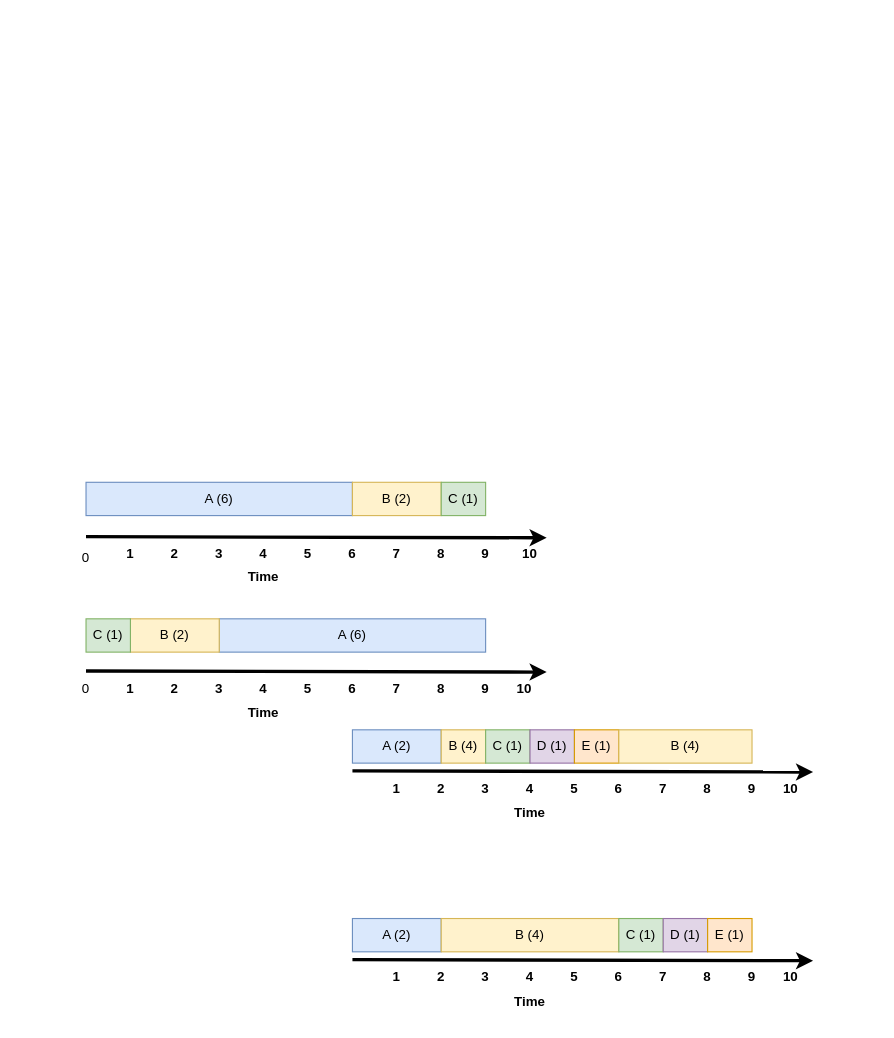
OpenOSOrg/openos keeps this draw.io diagram as content/images/scheduling/Sched.drawio. Above is the earlier version. Source tidied: cells renumbered, new cells numbered last; positions are measured from the earlier drawing's top-left corner, leaving out a move shared by most shapes. Both pictures are drawn from the tidied source at 111%, with x=0, y=0 at pixel (52, 482).
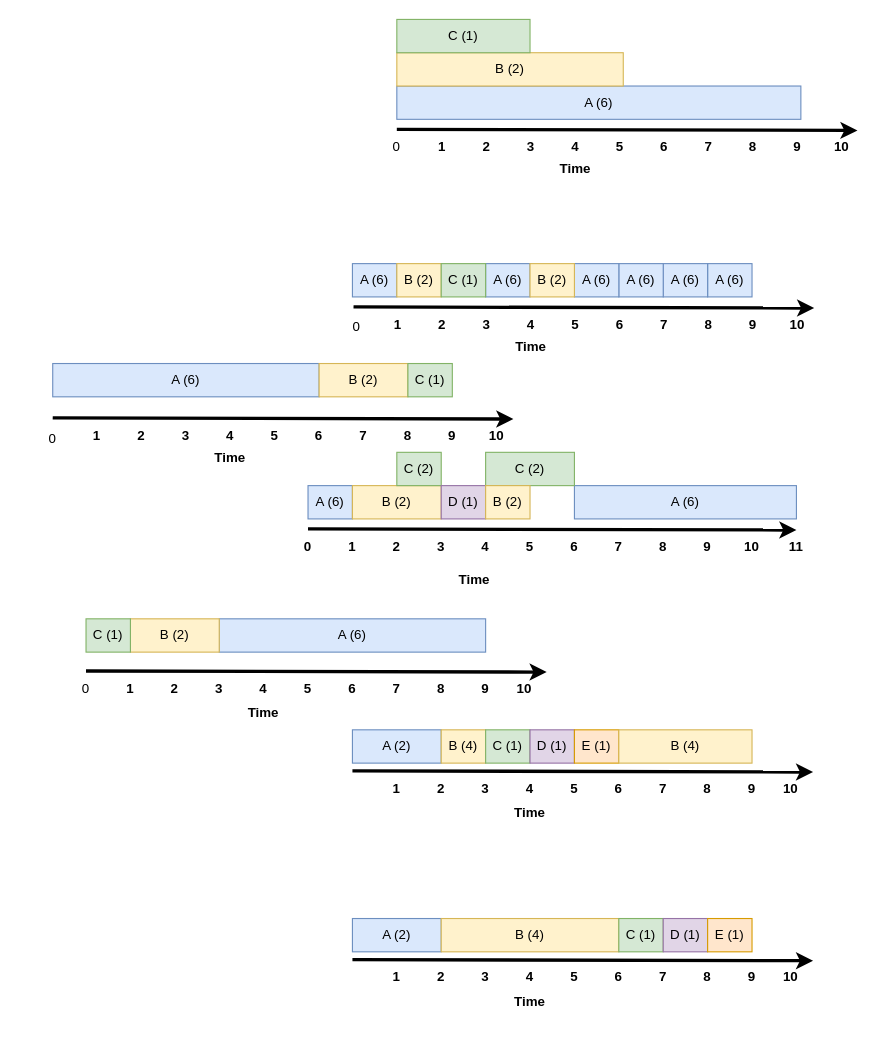
Above is the later version.

Diff of the diagram source:
```diff
@@
     <mxCell id="20" style="group;" parent="19" vertex="1">
-      <mxGeometry x="30" width="430" height="100" as="geometry" />
+      <mxGeometry y="-107" width="430" height="100" as="geometry" />
     </mxCell>
@@
+    <mxCell id="74" style="group;" parent="55" vertex="1">
+      <mxGeometry x="270" y="223" width="425" height="90" as="geometry" />
+    </mxCell>
-    <mxCell id="56" value="A (2)" style="html=1;whiteSpace=wrap;fillColor=#dae8fc;strokeColor=#6c8ebf;" parent="55" vertex="1">
-      <mxGeometry x="270" y="223" width="80" height="30" as="geometry" />
+    <mxCell id="56" value="A (2)" style="html=1;whiteSpace=wrap;fillColor=#dae8fc;strokeColor=#6c8ebf;" parent="74" vertex="1">
+      <mxGeometry width="80" height="30" as="geometry" />
     </mxCell>
-    <mxCell id="57" value="B (4)" style="html=1;whiteSpace=wrap;fillColor=#fff2cc;strokeColor=#d6b656;" parent="55" vertex="1">
-      <mxGeometry x="350" y="223" width="40" height="30" as="geometry" />
+    <mxCell id="57" value="B (4)" style="html=1;whiteSpace=wrap;fillColor=#fff2cc;strokeColor=#d6b656;" parent="74" vertex="1">
+      <mxGeometry x="80" width="40" height="30" as="geometry" />
     </mxCell>
-    <mxCell id="58" value="C (1)" style="html=1;whiteSpace=wrap;fillColor=#d5e8d4;strokeColor=#82b366;" parent="55" vertex="1">
-      <mxGeometry x="390" y="223" width="40" height="30" as="geometry" />
+    <mxCell id="58" value="C (1)" style="html=1;whiteSpace=wrap;fillColor=#d5e8d4;strokeColor=#82b366;" parent="74" vertex="1">
+      <mxGeometry x="120" width="40" height="30" as="geometry" />
     </mxCell>
-    <mxCell id="59" value="1" style="text;strokeColor=none;align=center;fillColor=none;html=1;verticalAlign=middle;whiteSpace=wrap;rounded=0;fontStyle=1;" parent="55" vertex="1">
-      <mxGeometry x="280" y="261" width="60" height="30" as="geometry" />
+    <mxCell id="59" value="1" style="text;strokeColor=none;align=center;fillColor=none;html=1;verticalAlign=middle;whiteSpace=wrap;rounded=0;fontStyle=1;" parent="74" vertex="1">
+      <mxGeometry x="10" y="38" width="60" height="30" as="geometry" />
     </mxCell>
-    <mxCell id="60" value="2" style="text;strokeColor=none;align=center;fillColor=none;html=1;verticalAlign=middle;whiteSpace=wrap;rounded=0;fontStyle=1;" parent="55" vertex="1">
-      <mxGeometry x="320" y="261" width="60" height="30" as="geometry" />
+    <mxCell id="60" value="2" style="text;strokeColor=none;align=center;fillColor=none;html=1;verticalAlign=middle;whiteSpace=wrap;rounded=0;fontStyle=1;" parent="74" vertex="1">
+      <mxGeometry x="50" y="38" width="60" height="30" as="geometry" />
     </mxCell>
-    <mxCell id="61" value="3" style="text;strokeColor=none;align=center;fillColor=none;html=1;verticalAlign=middle;whiteSpace=wrap;rounded=0;fontStyle=1;" parent="55" vertex="1">
-      <mxGeometry x="360" y="261" width="60" height="30" as="geometry" />
+    <mxCell id="61" value="3" style="text;strokeColor=none;align=center;fillColor=none;html=1;verticalAlign=middle;whiteSpace=wrap;rounded=0;fontStyle=1;" parent="74" vertex="1">
+      <mxGeometry x="90" y="38" width="60" height="30" as="geometry" />
     </mxCell>
-    <mxCell id="62" value="4" style="text;strokeColor=none;align=center;fillColor=none;html=1;verticalAlign=middle;whiteSpace=wrap;rounded=0;fontStyle=1;" parent="55" vertex="1">
-      <mxGeometry x="400" y="261" width="60" height="30" as="geometry" />
+    <mxCell id="62" value="4" style="text;strokeColor=none;align=center;fillColor=none;html=1;verticalAlign=middle;whiteSpace=wrap;rounded=0;fontStyle=1;" parent="74" vertex="1">
+      <mxGeometry x="130" y="38" width="60" height="30" as="geometry" />
     </mxCell>
-    <mxCell id="63" value="5" style="text;strokeColor=none;align=center;fillColor=none;html=1;verticalAlign=middle;whiteSpace=wrap;rounded=0;fontStyle=1;" parent="55" vertex="1">
-      <mxGeometry x="440" y="261" width="60" height="30" as="geometry" />
+    <mxCell id="63" value="5" style="text;strokeColor=none;align=center;fillColor=none;html=1;verticalAlign=middle;whiteSpace=wrap;rounded=0;fontStyle=1;" parent="74" vertex="1">
+      <mxGeometry x="170" y="38" width="60" height="30" as="geometry" />
     </mxCell>
-    <mxCell id="64" value="6" style="text;strokeColor=none;align=center;fillColor=none;html=1;verticalAlign=middle;whiteSpace=wrap;rounded=0;fontStyle=1;" parent="55" vertex="1">
-      <mxGeometry x="480" y="261" width="60" height="30" as="geometry" />
+    <mxCell id="64" value="6" style="text;strokeColor=none;align=center;fillColor=none;html=1;verticalAlign=middle;whiteSpace=wrap;rounded=0;fontStyle=1;" parent="74" vertex="1">
+      <mxGeometry x="210" y="38" width="60" height="30" as="geometry" />
     </mxCell>
-    <mxCell id="65" value="7" style="text;strokeColor=none;align=center;fillColor=none;html=1;verticalAlign=middle;whiteSpace=wrap;rounded=0;fontStyle=1;" parent="55" vertex="1">
-      <mxGeometry x="520" y="261" width="60" height="30" as="geometry" />
+    <mxCell id="65" value="7" style="text;strokeColor=none;align=center;fillColor=none;html=1;verticalAlign=middle;whiteSpace=wrap;rounded=0;fontStyle=1;" parent="74" vertex="1">
+      <mxGeometry x="250" y="38" width="60" height="30" as="geometry" />
     </mxCell>
-    <mxCell id="66" value="8" style="text;strokeColor=none;align=center;fillColor=none;html=1;verticalAlign=middle;whiteSpace=wrap;rounded=0;fontStyle=1;" parent="55" vertex="1">
-      <mxGeometry x="560" y="261" width="60" height="30" as="geometry" />
+    <mxCell id="66" value="8" style="text;strokeColor=none;align=center;fillColor=none;html=1;verticalAlign=middle;whiteSpace=wrap;rounded=0;fontStyle=1;" parent="74" vertex="1">
+      <mxGeometry x="290" y="38" width="60" height="30" as="geometry" />
     </mxCell>
-    <mxCell id="67" value="9" style="text;strokeColor=none;align=center;fillColor=none;html=1;verticalAlign=middle;whiteSpace=wrap;rounded=0;fontStyle=1;" parent="55" vertex="1">
-      <mxGeometry x="600" y="261" width="60" height="30" as="geometry" />
+    <mxCell id="67" value="9" style="text;strokeColor=none;align=center;fillColor=none;html=1;verticalAlign=middle;whiteSpace=wrap;rounded=0;fontStyle=1;" parent="74" vertex="1">
+      <mxGeometry x="330" y="38" width="60" height="30" as="geometry" />
     </mxCell>
-    <mxCell id="68" value="10" style="text;strokeColor=none;align=center;fillColor=none;html=1;verticalAlign=middle;whiteSpace=wrap;rounded=0;fontStyle=1;" parent="55" vertex="1">
-      <mxGeometry x="635" y="261" width="60" height="30" as="geometry" />
+    <mxCell id="68" value="10" style="text;strokeColor=none;align=center;fillColor=none;html=1;verticalAlign=middle;whiteSpace=wrap;rounded=0;fontStyle=1;" parent="74" vertex="1">
+      <mxGeometry x="365" y="38" width="60" height="30" as="geometry" />
     </mxCell>
-    <mxCell id="69" style="edgeStyle=none;orthogonalLoop=1;jettySize=auto;html=1;rounded=0;strokeWidth=3;entryX=0.75;entryY=0;entryDx=0;entryDy=0;" parent="55" edge="1">
+    <mxCell id="69" style="edgeStyle=none;orthogonalLoop=1;jettySize=auto;html=1;rounded=0;strokeWidth=3;entryX=0.75;entryY=0;entryDx=0;entryDy=0;" parent="74" edge="1">
       <mxGeometry relative="1" as="geometry">
-        <mxPoint x="270" y="260" as="sourcePoint" />
-        <mxPoint x="685" y="261" as="targetPoint" />
+        <mxPoint y="37" as="sourcePoint" />
+        <mxPoint x="415" y="38" as="targetPoint" />
       </mxGeometry>
     </mxCell>
-    <mxCell id="70" value="Time" style="text;strokeColor=none;align=center;fillColor=none;html=1;verticalAlign=middle;whiteSpace=wrap;rounded=0;fontStyle=1;" parent="55" vertex="1">
-      <mxGeometry x="400" y="283" width="60" height="30" as="geometry" />
+    <mxCell id="70" value="Time" style="text;strokeColor=none;align=center;fillColor=none;html=1;verticalAlign=middle;whiteSpace=wrap;rounded=0;fontStyle=1;" parent="74" vertex="1">
+      <mxGeometry x="130" y="60" width="60" height="30" as="geometry" />
     </mxCell>
-    <mxCell id="71" value="D (1)" style="html=1;whiteSpace=wrap;fillColor=#e1d5e7;strokeColor=#9673a6;" parent="55" vertex="1">
-      <mxGeometry x="430" y="223" width="40" height="30" as="geometry" />
+    <mxCell id="71" value="D (1)" style="html=1;whiteSpace=wrap;fillColor=#e1d5e7;strokeColor=#9673a6;" parent="74" vertex="1">
+      <mxGeometry x="160" width="40" height="30" as="geometry" />
     </mxCell>
-    <mxCell id="72" value="E (1)" style="html=1;whiteSpace=wrap;fillColor=#ffe6cc;strokeColor=#d79b00;" parent="55" vertex="1">
-      <mxGeometry x="470" y="223" width="40" height="30" as="geometry" />
+    <mxCell id="72" value="E (1)" style="html=1;whiteSpace=wrap;fillColor=#ffe6cc;strokeColor=#d79b00;" parent="74" vertex="1">
+      <mxGeometry x="200" width="40" height="30" as="geometry" />
     </mxCell>
-    <mxCell id="73" value="B (4)" style="html=1;whiteSpace=wrap;fillColor=#fff2cc;strokeColor=#d6b656;" parent="55" vertex="1">
-      <mxGeometry x="510" y="223" width="120" height="30" as="geometry" />
+    <mxCell id="73" value="B (4)" style="html=1;whiteSpace=wrap;fillColor=#fff2cc;strokeColor=#d6b656;" parent="74" vertex="1">
+      <mxGeometry x="240" width="120" height="30" as="geometry" />
     </mxCell>
+    <mxCell id="75" parent="0" />
+    <mxCell id="76" style="group;" parent="75" vertex="1">
+      <mxGeometry x="244" y="-197" width="457" height="90" as="geometry" />
+    </mxCell>
+    <mxCell id="77" value="A (6)" style="html=1;whiteSpace=wrap;fillColor=#dae8fc;strokeColor=#6c8ebf;" parent="76" vertex="1">
+      <mxGeometry x="26" width="40" height="30" as="geometry" />
+    </mxCell>
+    <mxCell id="78" value="B (2)" style="html=1;whiteSpace=wrap;fillColor=#fff2cc;strokeColor=#d6b656;" parent="76" vertex="1">
+      <mxGeometry x="66" width="40" height="30" as="geometry" />
+    </mxCell>
+    <mxCell id="79" value="A (6)" style="html=1;whiteSpace=wrap;fillColor=#dae8fc;strokeColor=#6c8ebf;" parent="76" vertex="1">
+      <mxGeometry x="346" width="40" height="30" as="geometry" />
+    </mxCell>
+    <mxCell id="80" value="A (6)" style="html=1;whiteSpace=wrap;fillColor=#dae8fc;strokeColor=#6c8ebf;" parent="76" vertex="1">
+      <mxGeometry x="306" width="40" height="30" as="geometry" />
+    </mxCell>
+    <mxCell id="81" value="A (6)" style="html=1;whiteSpace=wrap;fillColor=#dae8fc;strokeColor=#6c8ebf;" parent="76" vertex="1">
+      <mxGeometry x="266" width="40" height="30" as="geometry" />
+    </mxCell>
+    <mxCell id="82" value="A (6)" style="html=1;whiteSpace=wrap;fillColor=#dae8fc;strokeColor=#6c8ebf;" parent="76" vertex="1">
+      <mxGeometry x="226" width="40" height="30" as="geometry" />
+    </mxCell>
+    <mxCell id="83" value="A (6)" style="html=1;whiteSpace=wrap;fillColor=#dae8fc;strokeColor=#6c8ebf;" parent="76" vertex="1">
+      <mxGeometry x="146" width="40" height="30" as="geometry" />
+    </mxCell>
+    <mxCell id="84" value="B (2)" style="html=1;whiteSpace=wrap;fillColor=#fff2cc;strokeColor=#d6b656;" parent="76" vertex="1">
+      <mxGeometry x="186" width="40" height="30" as="geometry" />
+    </mxCell>
+    <mxCell id="85" value="C (1)" style="html=1;whiteSpace=wrap;fillColor=#d5e8d4;strokeColor=#82b366;" parent="76" vertex="1">
+      <mxGeometry x="106" width="40" height="30" as="geometry" />
+    </mxCell>
+    <mxCell id="86" value="1" style="text;strokeColor=none;align=center;fillColor=none;html=1;verticalAlign=middle;whiteSpace=wrap;rounded=0;fontStyle=1;" parent="76" vertex="1">
+      <mxGeometry x="37" y="40" width="60" height="30" as="geometry" />
+    </mxCell>
+    <mxCell id="87" value="2" style="text;strokeColor=none;align=center;fillColor=none;html=1;verticalAlign=middle;whiteSpace=wrap;rounded=0;fontStyle=1;" parent="76" vertex="1">
+      <mxGeometry x="77" y="40" width="60" height="30" as="geometry" />
+    </mxCell>
+    <mxCell id="88" value="3" style="text;strokeColor=none;align=center;fillColor=none;html=1;verticalAlign=middle;whiteSpace=wrap;rounded=0;fontStyle=1;" parent="76" vertex="1">
+      <mxGeometry x="117" y="40" width="60" height="30" as="geometry" />
+    </mxCell>
+    <mxCell id="89" value="4" style="text;strokeColor=none;align=center;fillColor=none;html=1;verticalAlign=middle;whiteSpace=wrap;rounded=0;fontStyle=1;" parent="76" vertex="1">
+      <mxGeometry x="157" y="40" width="60" height="30" as="geometry" />
+    </mxCell>
+    <mxCell id="90" value="5" style="text;strokeColor=none;align=center;fillColor=none;html=1;verticalAlign=middle;whiteSpace=wrap;rounded=0;fontStyle=1;" parent="76" vertex="1">
+      <mxGeometry x="197" y="40" width="60" height="30" as="geometry" />
+    </mxCell>
+    <mxCell id="91" value="6" style="text;strokeColor=none;align=center;fillColor=none;html=1;verticalAlign=middle;whiteSpace=wrap;rounded=0;fontStyle=1;" parent="76" vertex="1">
+      <mxGeometry x="237" y="40" width="60" height="30" as="geometry" />
+    </mxCell>
+    <mxCell id="92" value="7" style="text;strokeColor=none;align=center;fillColor=none;html=1;verticalAlign=middle;whiteSpace=wrap;rounded=0;fontStyle=1;" parent="76" vertex="1">
+      <mxGeometry x="277" y="40" width="60" height="30" as="geometry" />
+    </mxCell>
+    <mxCell id="93" value="8" style="text;strokeColor=none;align=center;fillColor=none;html=1;verticalAlign=middle;whiteSpace=wrap;rounded=0;fontStyle=1;" parent="76" vertex="1">
+      <mxGeometry x="317" y="40" width="60" height="30" as="geometry" />
+    </mxCell>
+    <mxCell id="94" value="9" style="text;strokeColor=none;align=center;fillColor=none;html=1;verticalAlign=middle;whiteSpace=wrap;rounded=0;fontStyle=1;" parent="76" vertex="1">
+      <mxGeometry x="357" y="40" width="60" height="30" as="geometry" />
+    </mxCell>
+    <mxCell id="95" value="10" style="text;strokeColor=none;align=center;fillColor=none;html=1;verticalAlign=middle;whiteSpace=wrap;rounded=0;fontStyle=1;" parent="76" vertex="1">
+      <mxGeometry x="397" y="40" width="60" height="30" as="geometry" />
+    </mxCell>
+    <mxCell id="96" style="edgeStyle=none;jettySize=auto;html=1;rounded=0;strokeWidth=3;entryX=0.75;entryY=0;entryDx=0;entryDy=0;" parent="76" edge="1" target="95">
+      <mxGeometry relative="1" as="geometry">
+        <mxPoint x="27" y="39" as="sourcePoint" />
+      </mxGeometry>
+    </mxCell>
+    <mxCell id="97" value="Time" style="text;strokeColor=none;align=center;fillColor=none;html=1;verticalAlign=middle;whiteSpace=wrap;rounded=0;fontStyle=1;" parent="76" vertex="1">
+      <mxGeometry x="157" y="60" width="60" height="30" as="geometry" />
+    </mxCell>
+    <mxCell id="98" value="0" style="text;strokeColor=none;align=center;fillColor=none;html=1;verticalAlign=middle;whiteSpace=wrap;rounded=0;" parent="76" vertex="1">
+      <mxGeometry y="42" width="60" height="30" as="geometry" />
+    </mxCell>
+    <mxCell id="99" parent="0" />
+    <mxCell id="100" style="group;" parent="99" vertex="1">
+      <mxGeometry x="270" y="-357" width="471" height="90" as="geometry" />
+    </mxCell>
+    <mxCell id="101" value="0" style="text;strokeColor=none;align=center;fillColor=none;html=1;verticalAlign=middle;whiteSpace=wrap;rounded=0;" parent="100" vertex="1">
+      <mxGeometry x="10" y="40" width="60" height="30" as="geometry" />
+    </mxCell>
+    <mxCell id="102" value="A (6)" style="html=1;whiteSpace=wrap;fillColor=#dae8fc;strokeColor=#6c8ebf;" parent="100" vertex="1">
+      <mxGeometry x="40" width="364" height="30" as="geometry" />
+    </mxCell>
+    <mxCell id="103" value="1" style="text;strokeColor=none;align=center;fillColor=none;html=1;verticalAlign=middle;whiteSpace=wrap;rounded=0;fontStyle=1;" parent="100" vertex="1">
+      <mxGeometry x="51" y="40" width="60" height="30" as="geometry" />
+    </mxCell>
+    <mxCell id="104" value="2" style="text;strokeColor=none;align=center;fillColor=none;html=1;verticalAlign=middle;whiteSpace=wrap;rounded=0;fontStyle=1;" parent="100" vertex="1">
+      <mxGeometry x="91" y="40" width="60" height="30" as="geometry" />
+    </mxCell>
+    <mxCell id="105" value="3" style="text;strokeColor=none;align=center;fillColor=none;html=1;verticalAlign=middle;whiteSpace=wrap;rounded=0;fontStyle=1;" parent="100" vertex="1">
+      <mxGeometry x="131" y="40" width="60" height="30" as="geometry" />
+    </mxCell>
+    <mxCell id="106" value="4" style="text;strokeColor=none;align=center;fillColor=none;html=1;verticalAlign=middle;whiteSpace=wrap;rounded=0;fontStyle=1;" parent="100" vertex="1">
+      <mxGeometry x="171" y="40" width="60" height="30" as="geometry" />
+    </mxCell>
+    <mxCell id="107" value="5" style="text;strokeColor=none;align=center;fillColor=none;html=1;verticalAlign=middle;whiteSpace=wrap;rounded=0;fontStyle=1;" parent="100" vertex="1">
+      <mxGeometry x="211" y="40" width="60" height="30" as="geometry" />
+    </mxCell>
+    <mxCell id="108" value="6" style="text;strokeColor=none;align=center;fillColor=none;html=1;verticalAlign=middle;whiteSpace=wrap;rounded=0;fontStyle=1;" parent="100" vertex="1">
+      <mxGeometry x="251" y="40" width="60" height="30" as="geometry" />
+    </mxCell>
+    <mxCell id="109" value="7" style="text;strokeColor=none;align=center;fillColor=none;html=1;verticalAlign=middle;whiteSpace=wrap;rounded=0;fontStyle=1;" parent="100" vertex="1">
+      <mxGeometry x="291" y="40" width="60" height="30" as="geometry" />
+    </mxCell>
+    <mxCell id="110" value="8" style="text;strokeColor=none;align=center;fillColor=none;html=1;verticalAlign=middle;whiteSpace=wrap;rounded=0;fontStyle=1;" parent="100" vertex="1">
+      <mxGeometry x="331" y="40" width="60" height="30" as="geometry" />
+    </mxCell>
+    <mxCell id="111" value="9" style="text;strokeColor=none;align=center;fillColor=none;html=1;verticalAlign=middle;whiteSpace=wrap;rounded=0;fontStyle=1;" parent="100" vertex="1">
+      <mxGeometry x="371" y="40" width="60" height="30" as="geometry" />
+    </mxCell>
+    <mxCell id="112" value="10" style="text;strokeColor=none;align=center;fillColor=none;html=1;verticalAlign=middle;whiteSpace=wrap;rounded=0;fontStyle=1;" parent="100" vertex="1">
+      <mxGeometry x="411" y="40" width="60" height="30" as="geometry" />
+    </mxCell>
+    <mxCell id="113" style="edgeStyle=none;orthogonalLoop=1;jettySize=auto;html=1;rounded=0;strokeWidth=3;entryX=0.75;entryY=0;entryDx=0;entryDy=0;" parent="100" edge="1">
+      <mxGeometry relative="1" as="geometry">
+        <mxPoint x="40" y="39" as="sourcePoint" />
+        <mxPoint x="455" y="40" as="targetPoint" />
+      </mxGeometry>
+    </mxCell>
+    <mxCell id="114" value="Time" style="text;strokeColor=none;align=center;fillColor=none;html=1;verticalAlign=middle;whiteSpace=wrap;rounded=0;fontStyle=1;" parent="100" vertex="1">
+      <mxGeometry x="171" y="60" width="60" height="30" as="geometry" />
+    </mxCell>
+    <mxCell id="115" value="B (2)" style="html=1;whiteSpace=wrap;fillColor=#fff2cc;strokeColor=#d6b656;" parent="100" vertex="1">
+      <mxGeometry x="40" y="-30" width="204" height="30" as="geometry" />
+    </mxCell>
+    <mxCell id="116" value="C (1)" style="html=1;whiteSpace=wrap;fillColor=#d5e8d4;strokeColor=#82b366;" parent="100" vertex="1">
+      <mxGeometry x="40" y="-60" width="120" height="30" as="geometry" />
+    </mxCell>
+    <mxCell id="117" parent="0" />
+    <mxCell id="118" value="A (6)" style="html=1;whiteSpace=wrap;fillColor=#dae8fc;strokeColor=#6c8ebf;" parent="117" vertex="1">
+      <mxGeometry x="230" y="3" width="40" height="30" as="geometry" />
+    </mxCell>
+    <mxCell id="119" value="B (2)" style="html=1;whiteSpace=wrap;fillColor=#fff2cc;strokeColor=#d6b656;" parent="117" vertex="1">
+      <mxGeometry x="270" y="3" width="80" height="30" as="geometry" />
+    </mxCell>
+    <mxCell id="120" value="C (2)" style="html=1;whiteSpace=wrap;fillColor=#d5e8d4;strokeColor=#82b366;" parent="117" vertex="1">
+      <mxGeometry x="310" y="-27" width="40" height="30" as="geometry" />
+    </mxCell>
+    <mxCell id="121" value="1" style="text;strokeColor=none;align=center;fillColor=none;html=1;verticalAlign=middle;whiteSpace=wrap;rounded=0;fontStyle=1;" parent="117" vertex="1">
+      <mxGeometry x="240" y="43" width="60" height="30" as="geometry" />
+    </mxCell>
+    <mxCell id="122" value="2" style="text;strokeColor=none;align=center;fillColor=none;html=1;verticalAlign=middle;whiteSpace=wrap;rounded=0;fontStyle=1;" parent="117" vertex="1">
+      <mxGeometry x="280" y="43" width="60" height="30" as="geometry" />
+    </mxCell>
+    <mxCell id="123" value="3" style="text;strokeColor=none;align=center;fillColor=none;html=1;verticalAlign=middle;whiteSpace=wrap;rounded=0;fontStyle=1;" parent="117" vertex="1">
+      <mxGeometry x="320" y="43" width="60" height="30" as="geometry" />
+    </mxCell>
+    <mxCell id="124" value="4" style="text;strokeColor=none;align=center;fillColor=none;html=1;verticalAlign=middle;whiteSpace=wrap;rounded=0;fontStyle=1;" parent="117" vertex="1">
+      <mxGeometry x="360" y="43" width="60" height="30" as="geometry" />
+    </mxCell>
+    <mxCell id="125" value="5" style="text;strokeColor=none;align=center;fillColor=none;html=1;verticalAlign=middle;whiteSpace=wrap;rounded=0;fontStyle=1;" parent="117" vertex="1">
+      <mxGeometry x="400" y="43" width="60" height="30" as="geometry" />
+    </mxCell>
+    <mxCell id="126" value="6" style="text;strokeColor=none;align=center;fillColor=none;html=1;verticalAlign=middle;whiteSpace=wrap;rounded=0;fontStyle=1;" parent="117" vertex="1">
+      <mxGeometry x="440" y="43" width="60" height="30" as="geometry" />
+    </mxCell>
+    <mxCell id="127" value="7" style="text;strokeColor=none;align=center;fillColor=none;html=1;verticalAlign=middle;whiteSpace=wrap;rounded=0;fontStyle=1;" parent="117" vertex="1">
+      <mxGeometry x="480" y="43" width="60" height="30" as="geometry" />
+    </mxCell>
+    <mxCell id="128" value="8" style="text;strokeColor=none;align=center;fillColor=none;html=1;verticalAlign=middle;whiteSpace=wrap;rounded=0;fontStyle=1;" parent="117" vertex="1">
+      <mxGeometry x="520" y="43" width="60" height="30" as="geometry" />
+    </mxCell>
+    <mxCell id="129" value="9" style="text;strokeColor=none;align=center;fillColor=none;html=1;verticalAlign=middle;whiteSpace=wrap;rounded=0;fontStyle=1;" parent="117" vertex="1">
+      <mxGeometry x="560" y="43" width="60" height="30" as="geometry" />
+    </mxCell>
+    <mxCell id="130" value="10" style="text;strokeColor=none;align=center;fillColor=none;html=1;verticalAlign=middle;whiteSpace=wrap;rounded=0;fontStyle=1;" parent="117" vertex="1">
+      <mxGeometry x="600" y="43" width="60" height="30" as="geometry" />
+    </mxCell>
+    <mxCell id="131" style="edgeStyle=none;orthogonalLoop=1;jettySize=auto;html=1;rounded=0;strokeWidth=3;" parent="117" edge="1">
+      <mxGeometry relative="1" as="geometry">
+        <mxPoint x="230" y="42" as="sourcePoint" />
+        <mxPoint x="670" y="43" as="targetPoint" />
+      </mxGeometry>
+    </mxCell>
+    <mxCell id="132" value="Time" style="text;strokeColor=none;align=center;fillColor=none;html=1;verticalAlign=middle;whiteSpace=wrap;rounded=0;fontStyle=1;" parent="117" vertex="1">
+      <mxGeometry x="350" y="73" width="60" height="30" as="geometry" />
+    </mxCell>
+    <mxCell id="133" value="D (1)" style="html=1;whiteSpace=wrap;fillColor=#e1d5e7;strokeColor=#9673a6;" parent="117" vertex="1">
+      <mxGeometry x="350" y="3" width="40" height="30" as="geometry" />
+    </mxCell>
+    <mxCell id="134" value="0" style="text;strokeColor=none;align=center;fillColor=none;html=1;verticalAlign=middle;whiteSpace=wrap;rounded=0;fontStyle=1;" parent="117" vertex="1">
+      <mxGeometry x="200" y="43" width="60" height="30" as="geometry" />
+    </mxCell>
+    <mxCell id="135" value="11" style="text;strokeColor=none;align=center;fillColor=none;html=1;verticalAlign=middle;whiteSpace=wrap;rounded=0;fontStyle=1;" parent="117" vertex="1">
+      <mxGeometry x="640" y="43" width="60" height="30" as="geometry" />
+    </mxCell>
+    <mxCell id="136" value="A (6)" style="html=1;whiteSpace=wrap;fillColor=#dae8fc;strokeColor=#6c8ebf;" parent="117" vertex="1">
+      <mxGeometry x="470" y="3" width="200" height="30" as="geometry" />
+    </mxCell>
+    <mxCell id="137" value="C (2)" style="html=1;whiteSpace=wrap;fillColor=#d5e8d4;strokeColor=#82b366;" parent="117" vertex="1">
+      <mxGeometry x="390" y="-27" width="80" height="30" as="geometry" />
+    </mxCell>
+    <mxCell id="138" value="B (2)" style="html=1;whiteSpace=wrap;fillColor=#fff2cc;strokeColor=#d6b656;" parent="117" vertex="1">
+      <mxGeometry x="390" y="3" width="40" height="30" as="geometry" />
+    </mxCell>
```
